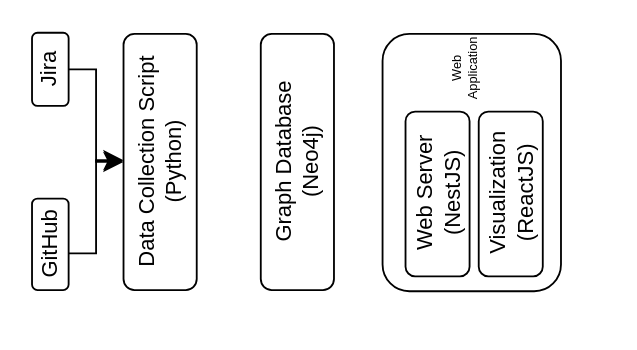
hank0982/collaboration-network keeps this draw.io diagram as Untitled Diagram.drawio. Above is the earlier version. Source tidied: cells renumbered, new cells numbered last; positions are measured from the earlier drawing's top-left corner, leaving out a move shared by most shapes. Both pictures are drawn from the tidied source at 183%, with x=0, y=0 at pixel (4, 40).
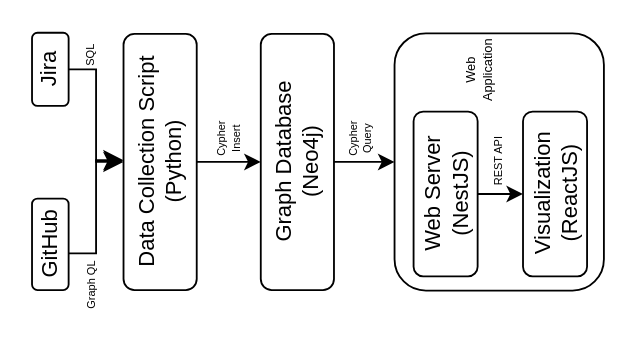
After the change.

The change refers to these unchanged cells:
```xml
<mxCell id="5" value="Data Collection Script&lt;br&gt;(Python)" style="rounded=1;whiteSpace=wrap;html=1;rotation=-90;" parent="1" vertex="1">
  <mxGeometry x="15" y="46" width="140" height="40" as="geometry" />
</mxCell>
<mxCell id="6" value="Graph Database&lt;br&gt;(Neo4j)" style="rounded=1;whiteSpace=wrap;html=1;rotation=-90;" parent="1" vertex="1">
  <mxGeometry x="90" y="46" width="140" height="40" as="geometry" />
</mxCell>
```

What changed in the source:
```diff
@@
     <mxCell id="2" style="rounded=1;whiteSpace=wrap;html=1;rotation=-90;" parent="1" vertex="1">
-      <mxGeometry x="185" y="17.6" width="140.6" height="97.5" as="geometry" />
+      <mxGeometry x="200" y="8.8" width="140.6" height="114.4" as="geometry" />
     </mxCell>
@@
+    <mxCell id="12" style="edgeStyle=orthogonalEdgeStyle;rounded=0;jettySize=auto;html=1;entryX=0.5;entryY=0;entryDx=0;entryDy=0;" parent="1" edge="1" source="5" target="6">
+      <mxGeometry relative="1" as="geometry" />
+    </mxCell>
@@
+    <mxCell id="13" style="edgeStyle=orthogonalEdgeStyle;rounded=0;jettySize=auto;html=1;entryX=0.5;entryY=0;entryDx=0;entryDy=0;" parent="1" edge="1" source="6" target="2">
+      <mxGeometry relative="1" as="geometry" />
+    </mxCell>
@@
+    <mxCell id="14" style="edgeStyle=orthogonalEdgeStyle;rounded=0;jettySize=auto;html=1;" parent="1" edge="1" source="7" target="8">
+      <mxGeometry relative="1" as="geometry" />
+    </mxCell>
     <mxCell id="7" value="Web Server&lt;br&gt;(NestJS)" style="rounded=1;whiteSpace=wrap;html=1;rotation=-90;" parent="1" vertex="1">
-      <mxGeometry x="191.6" y="66" width="90" height="35" as="geometry" />
+      <mxGeometry x="196" y="66" width="90" height="35" as="geometry" />
     </mxCell>
     <mxCell id="8" value="Visualization&lt;br&gt;(ReactJS)" style="rounded=1;whiteSpace=wrap;html=1;rotation=-90;" parent="1" vertex="1">
-      <mxGeometry x="231.6" y="66" width="90" height="35" as="geometry" />
+      <mxGeometry x="255.8" y="66" width="90" height="35" as="geometry" />
     </mxCell>
     <mxCell id="9" value="Web&lt;br&gt;Application" style="text;html=1;strokeColor=none;fillColor=none;align=center;verticalAlign=middle;whiteSpace=wrap;rounded=0;rotation=-90;fontSize=7;" parent="1" vertex="1">
-      <mxGeometry x="231.6" y="0.4" width="41.2" height="30" as="geometry" />
+      <mxGeometry x="239.6" y="1.4" width="41.2" height="30" as="geometry" />
     </mxCell>
@@
+    <mxCell id="15" value="SQL" style="text;html=1;strokeColor=none;fillColor=none;align=center;verticalAlign=middle;whiteSpace=wrap;rounded=0;rotation=-90;fontSize=6;" parent="1" vertex="1">
+      <mxGeometry x="35" y="0.4" width="25" height="15" as="geometry" />
+    </mxCell>
+    <mxCell id="16" value="Graph QL" style="text;html=1;strokeColor=none;fillColor=none;align=center;verticalAlign=middle;whiteSpace=wrap;rounded=0;rotation=-90;fontSize=6;" parent="1" vertex="1">
+      <mxGeometry x="30" y="126" width="35" height="15" as="geometry" />
+    </mxCell>
+    <mxCell id="17" value="Cypher Insert" style="text;html=1;strokeColor=none;fillColor=none;align=center;verticalAlign=middle;whiteSpace=wrap;rounded=0;rotation=-90;fontSize=6;" parent="1" vertex="1">
+      <mxGeometry x="105" y="41" width="35" height="25" as="geometry" />
+    </mxCell>
+    <mxCell id="18" value="Cypher Query" style="text;html=1;strokeColor=none;fillColor=none;align=center;verticalAlign=middle;whiteSpace=wrap;rounded=0;rotation=-90;fontSize=6;" parent="1" vertex="1">
+      <mxGeometry x="177" y="41" width="35" height="25" as="geometry" />
+    </mxCell>
+    <mxCell id="19" value="REST API" style="text;html=1;strokeColor=none;fillColor=none;align=center;verticalAlign=middle;whiteSpace=wrap;rounded=0;rotation=-90;fontSize=6;" parent="1" vertex="1">
+      <mxGeometry x="252.8" y="53.5" width="35" height="25" as="geometry" />
+    </mxCell>
```
